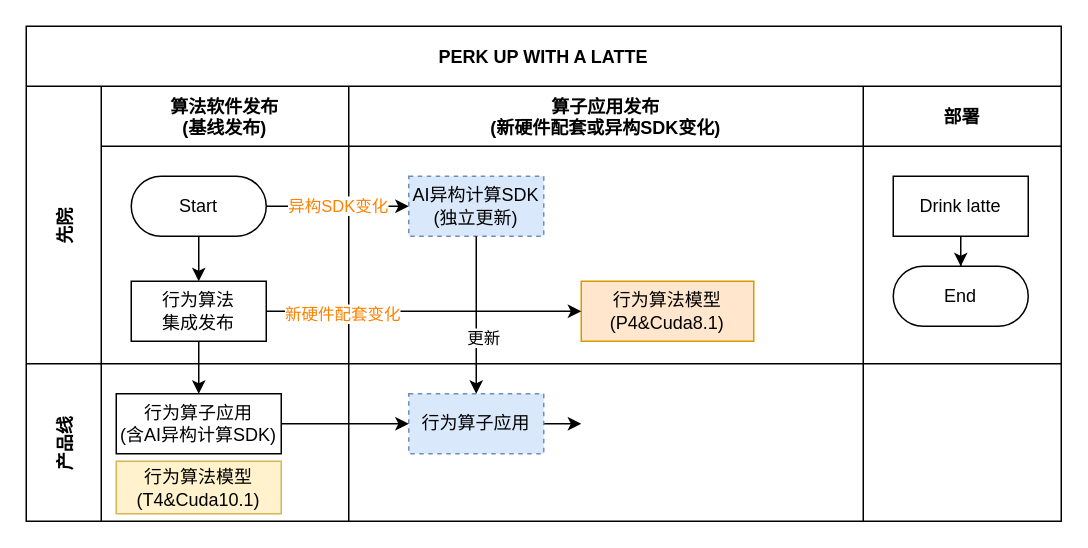
The draw.io diagram architech_2.drawio in snowolfhawk/ceph-scripts, before the edit. Source tidied: cells renumbered, new cells numbered last; positions are measured from the earlier drawing's top-left corner, leaving out a move shared by most shapes. Both pictures are drawn from the tidied source at 150%, with x=0, y=0 at pixel (26, 26).
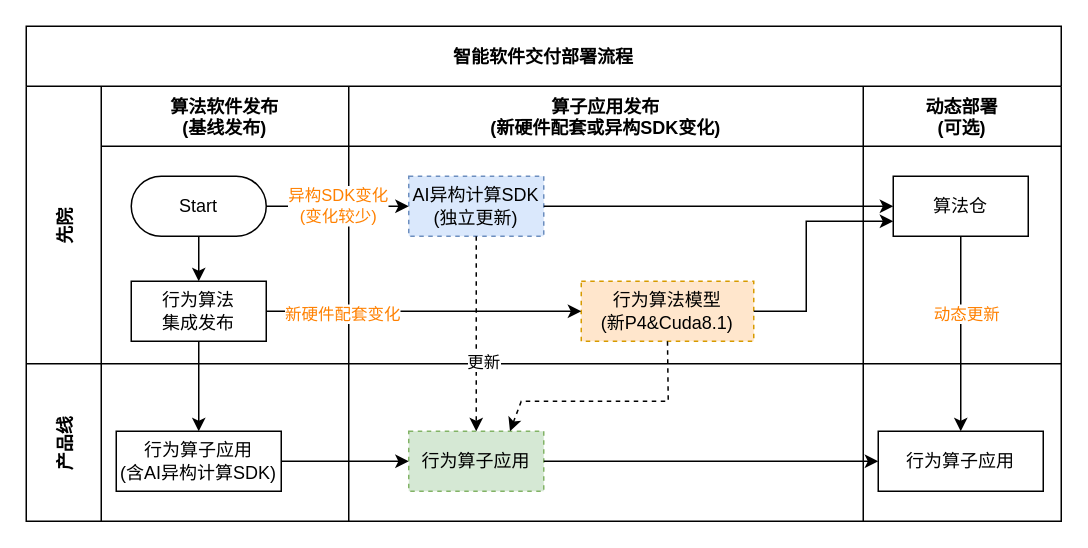
The same page after the edit.

The change refers to these unchanged cells:
```xml
<mxCell id="4" value="先院" style="shape=tableRow;horizontal=0;swimlaneHead=0;swimlaneBody=0;top=0;left=0;bottom=0;right=0;fillColor=none;startSize=50;fontStyle=1;" parent="2" vertex="1">
  <mxGeometry y="40" width="690" height="185" as="geometry" />
</mxCell>
<mxCell id="7" value="Start" style="rounded=1;whiteSpace=wrap;html=1;arcSize=50;" parent="5" vertex="1">
  <mxGeometry x="20" y="60" width="90" height="40" as="geometry" />
</mxCell>
<mxCell id="9" value="算子应用发布&#10;(新硬件配套或异构SDK变化)" style="swimlane;swimlaneHead=0;swimlaneBody=0;fillColor=none;startSize=40;fontStyle=1;" parent="4" vertex="1">
  <mxGeometry x="215" width="343" height="185" as="geometry" />
</mxCell>
<mxCell id="10" value="AI异构计算SDK&lt;br&gt;(独立更新)" style="rounded=0;whiteSpace=wrap;html=1;dashed=1;fillColor=#dae8fc;strokeColor=#6c8ebf;" parent="9" vertex="1">
  <mxGeometry x="40" y="60" width="90" height="40" as="geometry" />
</mxCell>
<mxCell id="19" value="产品线" style="shape=tableRow;horizontal=0;swimlaneHead=0;swimlaneBody=0;top=0;left=0;bottom=0;right=0;fillColor=none;startSize=50;fontStyle=1;" parent="2" vertex="1">
  <mxGeometry y="225" width="690" height="105" as="geometry" />
</mxCell>
<mxCell id="20" style="swimlane;swimlaneHead=0;swimlaneBody=0;fillColor=none;startSize=0;fontStyle=1;" parent="19" vertex="1">
  <mxGeometry x="50" width="165" height="105" as="geometry" />
</mxCell>
<mxCell id="23" style="swimlane;swimlaneHead=0;swimlaneBody=0;fillColor=none;startSize=0;fontStyle=1;" parent="19" vertex="1">
  <mxGeometry x="215" width="343" height="105" as="geometry" />
</mxCell>
<mxCell id="26" style="swimlane;swimlaneHead=0;swimlaneBody=0;fillColor=none;startSize=0;fontStyle=1;" parent="19" vertex="1">
  <mxGeometry x="558" width="132" height="105" as="geometry" />
</mxCell>
```

The edit, as a diff of the source:
```diff
@@
-    <mxCell id="2" value="PERK UP WITH A LATTE" style="shape=table;childLayout=tableLayout;startSize=40;fillColor=none;fontStyle=1;" parent="1" vertex="1">
+    <mxCell id="2" value="智能软件交付部署流程" style="shape=table;childLayout=tableLayout;startSize=40;fillColor=none;fontStyle=1;" parent="1" vertex="1">
       <mxGeometry width="690" height="330" as="geometry" />
     </mxCell>
@@
-    <mxCell id="11" value="行为算法模型&lt;br&gt;(P4&amp;amp;Cuda8.1)" style="rounded=0;whiteSpace=wrap;html=1;fillColor=#ffe6cc;strokeColor=#d79b00;" parent="9" vertex="1">
+    <mxCell id="11" value="行为算法模型&lt;br&gt;(新P4&amp;amp;Cuda8.1)" style="rounded=0;whiteSpace=wrap;html=1;fillColor=#ffe6cc;strokeColor=#d79b00;dashed=1;" parent="9" vertex="1">
       <mxGeometry x="155" y="130" width="115" height="40" as="geometry" />
     </mxCell>
-    <mxCell id="12" value="部署" style="swimlane;swimlaneHead=0;swimlaneBody=0;fillColor=none;startSize=40;fontStyle=1;" parent="4" vertex="1">
+    <mxCell id="12" value="动态部署&#10;(可选)" style="swimlane;swimlaneHead=0;swimlaneBody=0;fillColor=none;startSize=40;fontStyle=1;" parent="4" vertex="1">
       <mxGeometry x="558" width="132" height="185" as="geometry" />
     </mxCell>
-    <mxCell id="13" style="edgeStyle=orthogonalEdgeStyle;rounded=0;jettySize=auto;html=1;" parent="12" edge="1" source="14" target="15">
-      <mxGeometry relative="1" as="geometry" />
-    </mxCell>
-    <mxCell id="14" value="Drink latte" style="rounded=0;whiteSpace=wrap;html=1;" parent="12" vertex="1">
+    <mxCell id="14" value="算法仓" style="rounded=0;whiteSpace=wrap;html=1;" parent="12" vertex="1">
       <mxGeometry x="20" y="60" width="90" height="40" as="geometry" />
     </mxCell>
-    <mxCell id="15" value="End" style="rounded=1;whiteSpace=wrap;html=1;arcSize=50;" parent="12" vertex="1">
-      <mxGeometry x="20" y="120" width="90" height="40" as="geometry" />
-    </mxCell>
-    <mxCell id="16" value="&lt;font color=&quot;#ff8000&quot;&gt;异构SDK变化&lt;/font&gt;" style="edgeStyle=orthogonalEdgeStyle;rounded=0;jettySize=auto;html=1;exitX=1;exitY=0.5;exitDx=0;exitDy=0;" parent="4" edge="1" source="7" target="10">
+    <mxCell id="16" value="&lt;font color=&quot;#ff8000&quot;&gt;异构SDK变化&lt;br&gt;(变化较少)&lt;br&gt;&lt;/font&gt;" style="edgeStyle=orthogonalEdgeStyle;rounded=0;jettySize=auto;html=1;exitX=1;exitY=0.5;exitDx=0;exitDy=0;" parent="4" edge="1" source="7" target="10">
       <mxGeometry relative="1" as="geometry">
         <Array as="points">
           <mxPoint x="210" y="80" />
           <mxPoint x="210" y="80" />
         </Array>
       </mxGeometry>
     </mxCell>
@@
+    <mxCell id="30" style="endArrow=classic;html=1;rounded=0;fontColor=#FF8000;exitX=1;exitY=0.5;exitDx=0;exitDy=0;entryX=0;entryY=0.5;entryDx=0;entryDy=0;" parent="4" edge="1" source="10" target="14">
+      <mxGeometry relative="1" as="geometry" />
+    </mxCell>
+    <mxCell id="31" style="endArrow=classic;html=1;rounded=0;fontColor=#FF8000;exitX=1;exitY=0.5;exitDx=0;exitDy=0;entryX=0;entryY=0.75;entryDx=0;entryDy=0;" parent="4" edge="1" source="11" target="14">
+      <mxGeometry relative="1" as="geometry">
+        <Array as="points">
+          <mxPoint x="520" y="150" />
+          <mxPoint x="520" y="90" />
+        </Array>
+      </mxGeometry>
+    </mxCell>
@@
     <mxCell id="21" value="行为算子应用&lt;br&gt;(含AI异构计算SDK)" style="rounded=0;whiteSpace=wrap;html=1;" parent="20" vertex="1">
-      <mxGeometry x="10" y="20" width="110" height="40" as="geometry" />
+      <mxGeometry x="10" y="45" width="110" height="40" as="geometry" />
     </mxCell>
-    <mxCell id="22" value="行为算法模型&lt;br&gt;(T4&amp;amp;Cuda10.1)" style="rounded=0;whiteSpace=wrap;html=1;fillColor=#fff2cc;strokeColor=#d6b656;" parent="20" vertex="1">
-      <mxGeometry x="10" y="65" width="110" height="35" as="geometry" />
-    </mxCell>
@@
-    <mxCell id="24" style="edgeStyle=orthogonalEdgeStyle;rounded=0;jettySize=auto;html=1;" parent="23" edge="1" source="25">
-      <mxGeometry relative="1" as="geometry">
-        <mxPoint x="155" y="40" as="targetPoint" />
-      </mxGeometry>
-    </mxCell>
-    <mxCell id="25" value="行为算子应用" style="rounded=0;whiteSpace=wrap;html=1;fillColor=#dae8fc;strokeColor=#6c8ebf;dashed=1;" parent="23" vertex="1">
-      <mxGeometry x="40" y="20" width="90" height="40" as="geometry" />
+    <mxCell id="25" value="行为算子应用" style="rounded=0;whiteSpace=wrap;html=1;fillColor=#d5e8d4;strokeColor=#82b366;dashed=1;" parent="23" vertex="1">
+      <mxGeometry x="40" y="45" width="90" height="40" as="geometry" />
     </mxCell>
@@
+    <mxCell id="32" value="行为算子应用" style="rounded=0;whiteSpace=wrap;html=1;" parent="26" vertex="1">
+      <mxGeometry x="10" y="45" width="110" height="40" as="geometry" />
+    </mxCell>
@@
+    <mxCell id="33" style="endArrow=classic;html=1;rounded=0;fontColor=#FF8000;entryX=0;entryY=0.5;entryDx=0;entryDy=0;exitX=1;exitY=0.5;exitDx=0;exitDy=0;" parent="19" edge="1" source="25" target="32">
+      <mxGeometry relative="1" as="geometry" />
+    </mxCell>
-    <mxCell id="28" style="endArrow=classic;html=1;rounded=0;exitX=0.5;exitY=1;exitDx=0;exitDy=0;entryX=0.5;entryY=0;entryDx=0;entryDy=0;" parent="2" edge="1" source="10" target="25">
+    <mxCell id="28" style="endArrow=classic;html=1;rounded=0;exitX=0.5;exitY=1;exitDx=0;exitDy=0;entryX=0.5;entryY=0;entryDx=0;entryDy=0;dashed=1;" parent="2" edge="1" source="10" target="25">
       <mxGeometry relative="1" as="geometry" />
     </mxCell>
@@
+    <mxCell id="34" style="endArrow=classic;html=1;rounded=0;dashed=1;fontColor=#FF8000;exitX=0.5;exitY=1;exitDx=0;exitDy=0;entryX=0.75;entryY=0;entryDx=0;entryDy=0;" parent="2" edge="1" source="11" target="25">
+      <mxGeometry relative="1" as="geometry">
+        <Array as="points">
+          <mxPoint x="428" y="250" />
+          <mxPoint x="330" y="250" />
+        </Array>
+      </mxGeometry>
+    </mxCell>
+    <mxCell id="13" style="edgeStyle=orthogonalEdgeStyle;rounded=0;jettySize=auto;html=1;" parent="2" edge="1" source="14" target="32">
+      <mxGeometry relative="1" as="geometry" />
+    </mxCell>
+    <mxCell id="35" value="动态更新" style="edgeLabel;html=1;align=center;verticalAlign=middle;fontColor=#FF8000;" parent="13" vertex="1">
+      <mxGeometry x="-0.21" y="3" relative="1" as="geometry" />
+    </mxCell>
```
